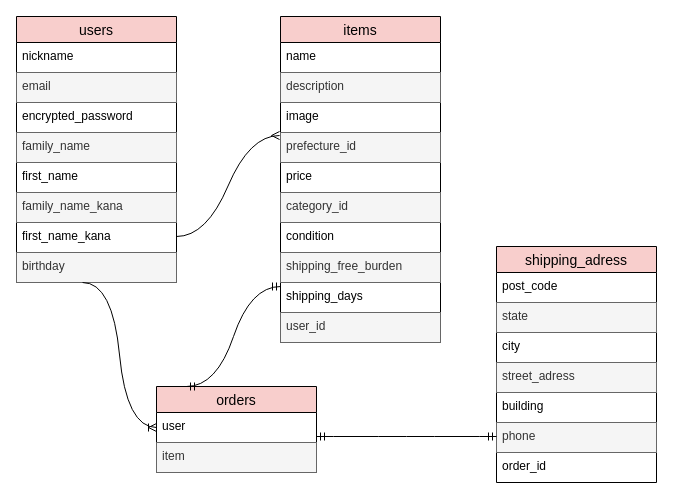
The draw.io diagram Draw.io.dio in osumi68/furima-40488, before the edit. Source tidied: cells renumbered, new cells numbered last; positions are measured from the earlier drawing's top-left corner, leaving out a move shared by most shapes. Both pictures are drawn from the tidied source at 100%, with x=0, y=0 at pixel (16, 16).
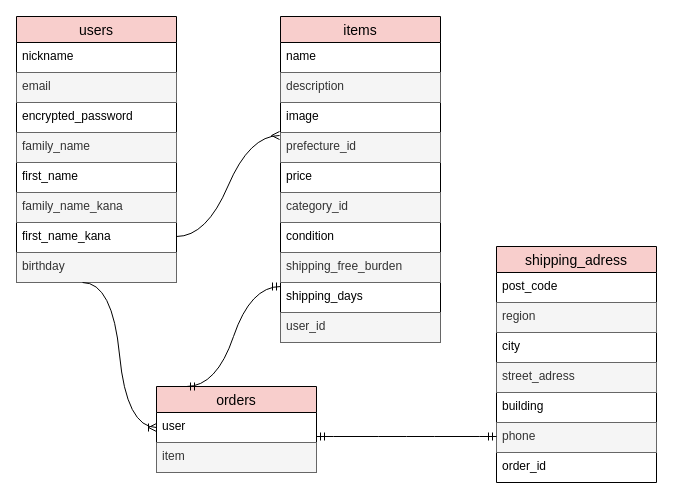
After the change.

Commit message (it also covers changes not shown here):
データベース設計訂正２

Unchanged cells that the change refers to:
```xml
<mxCell id="22" value="shipping_adress" style="swimlane;fontStyle=0;horizontal=1;startSize=26;align=center;fontSize=14;fillColor=#f8cecc;strokeColor=#000000;" parent="1" vertex="1">
  <mxGeometry x="480" y="230" width="160" height="236" as="geometry" />
</mxCell>
```

The edit, as a diff of the source:
```diff
@@
-    <mxCell id="24" value="state" style="text;strokeColor=#666666;fillColor=#f5f5f5;spacingLeft=4;spacingRight=4;overflow=hidden;fontSize=12;fontColor=#333333;" parent="22" vertex="1">
+    <mxCell id="24" value="region" style="text;strokeColor=#666666;fillColor=#f5f5f5;spacingLeft=4;spacingRight=4;overflow=hidden;fontSize=12;fontColor=#333333;" parent="22" vertex="1">
       <mxGeometry y="56" width="160" height="30" as="geometry" />
     </mxCell>
```
